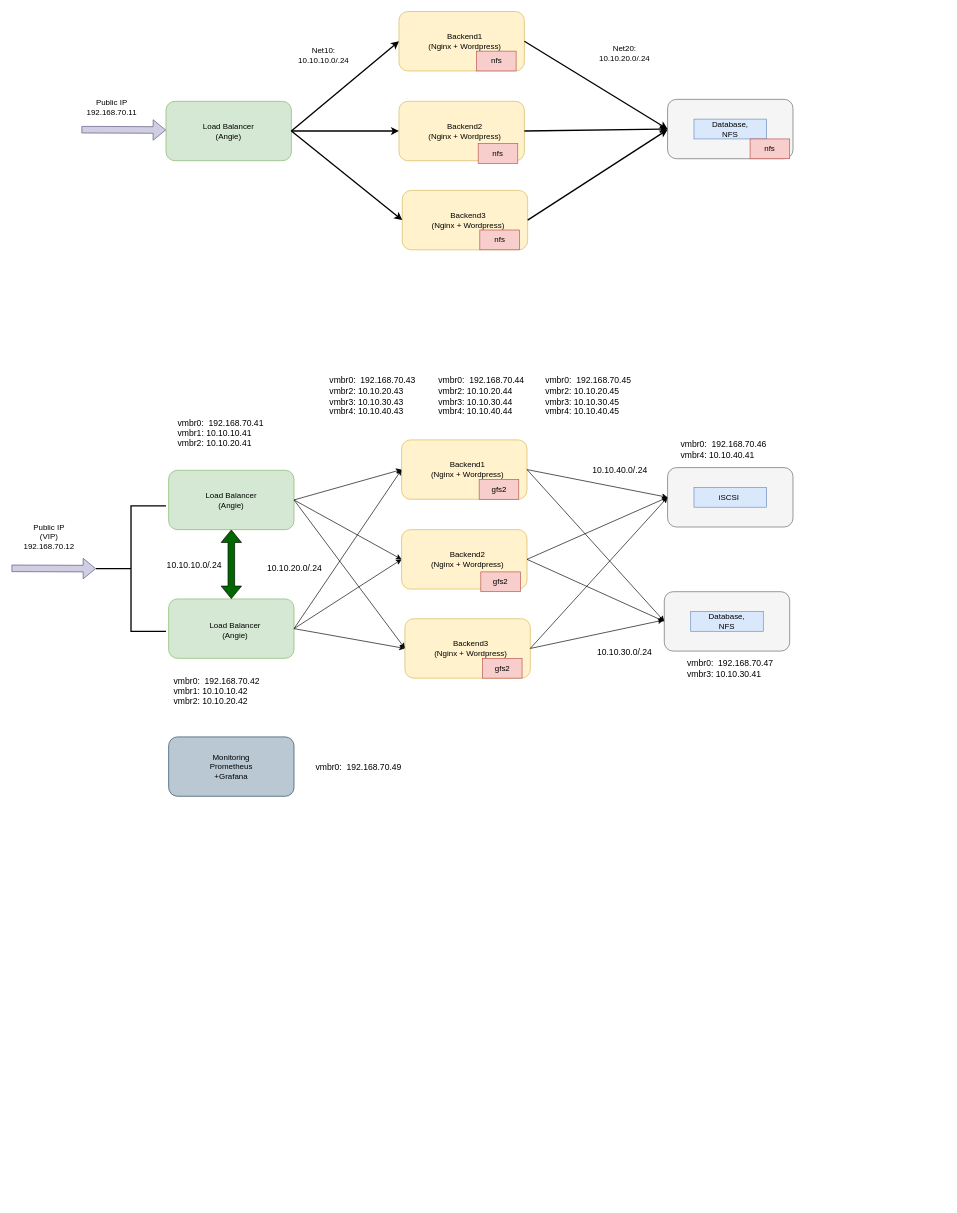
Before: WebProject.drawio in fueller-max/otus_HighLoad, a draw.io diagram. Source tidied: cells renumbered, new cells numbered last; positions are measured from the earlier drawing's top-left corner, leaving out a move shared by most shapes. Both pictures are drawn from the tidied source at 66%, with x=0, y=0 at pixel (11, 11).
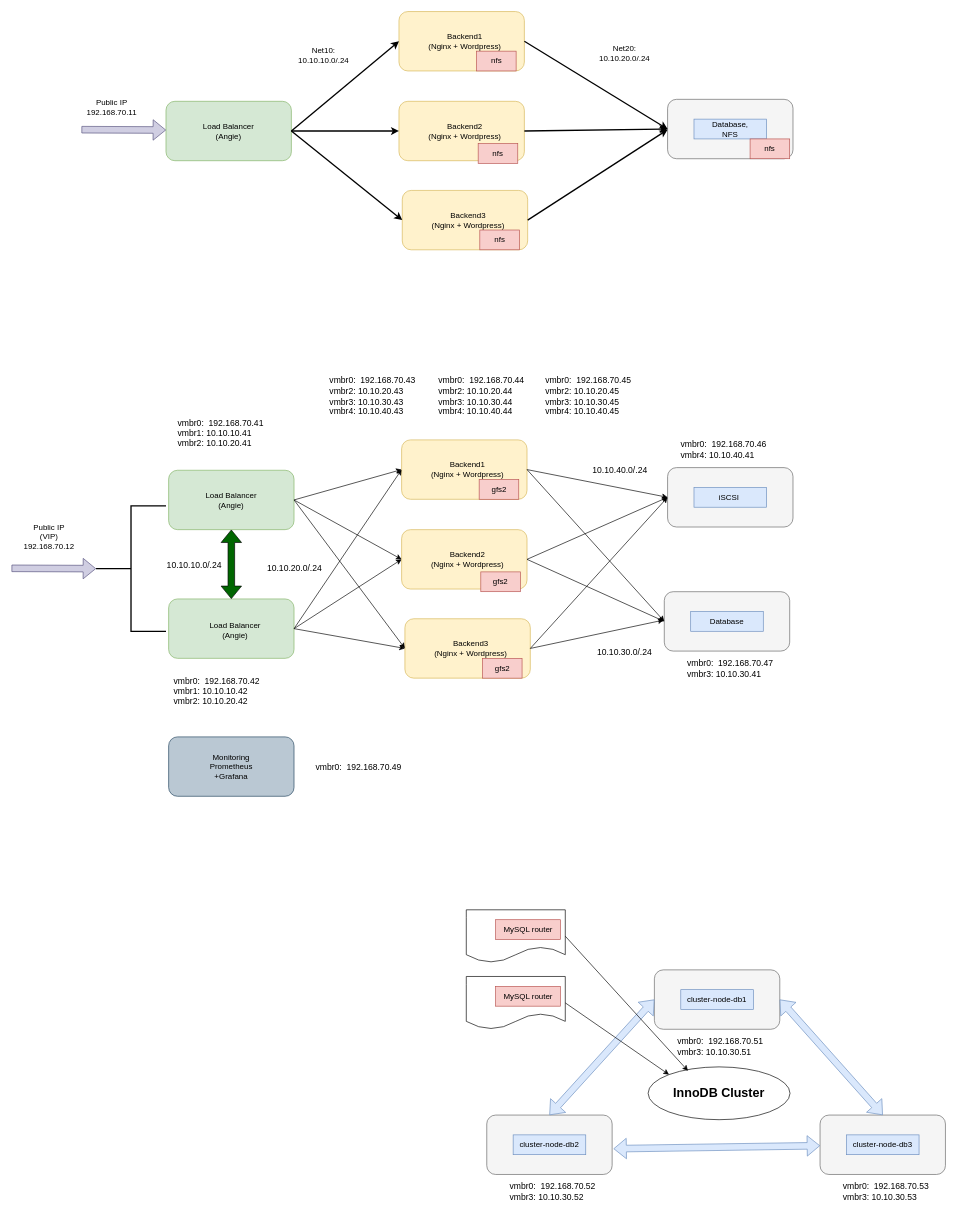
After the change.

What changed in the source:
```diff
@@
+    <mxCell id="80" style="ellipse;whiteSpace=wrap;html=1;" parent="1" vertex="1">
+      <mxGeometry x="964.5" y="1599" width="215" height="80" as="geometry" />
+    </mxCell>
+    <mxCell id="81" style="shape=document;whiteSpace=wrap;html=1;boundedLbl=1;" parent="1" vertex="1">
+      <mxGeometry x="689" y="1361" width="150" height="80" as="geometry" />
+    </mxCell>
@@
-    <mxCell id="39" value="Database,&lt;div&gt;NFS&lt;/div&gt;" style="text;html=1;whiteSpace=wrap;strokeColor=#6c8ebf;fillColor=#dae8fc;align=center;verticalAlign=middle;rounded=0;" parent="1" vertex="1">
+    <mxCell id="39" value="Database" style="text;html=1;whiteSpace=wrap;strokeColor=#6c8ebf;fillColor=#dae8fc;align=center;verticalAlign=middle;rounded=0;" parent="1" vertex="1">
       <mxGeometry x="1029" y="909" width="110" height="30" as="geometry" />
     </mxCell>
@@
+    <mxCell id="82" style="rounded=1;whiteSpace=wrap;html=1;fillColor=#f5f5f5;fontColor=#333333;strokeColor=#666666;" parent="1" vertex="1">
+      <mxGeometry x="974" y="1452" width="190" height="90" as="geometry" />
+    </mxCell>
+    <mxCell id="83" value="cluster-node-db1" style="text;html=1;whiteSpace=wrap;strokeColor=#6c8ebf;fillColor=#dae8fc;align=center;verticalAlign=middle;rounded=0;" parent="1" vertex="1">
+      <mxGeometry x="1014" y="1482" width="110" height="30" as="geometry" />
+    </mxCell>
+    <mxCell id="84" value="&lt;font style=&quot;font-size: 13px;&quot;&gt;vmbr0:&amp;nbsp; 192.168.70.51&lt;/font&gt;&lt;div&gt;&lt;font style=&quot;font-size: 13px;&quot;&gt;vmbr3: 10.10.30.51&lt;/font&gt;&lt;/div&gt;" style="text;html=1;whiteSpace=wrap;strokeColor=none;fillColor=none;align=left;verticalAlign=middle;rounded=0;" parent="1" vertex="1">
+      <mxGeometry x="1007" y="1553" width="144" height="30" as="geometry" />
+    </mxCell>
+    <mxCell id="85" style="rounded=1;whiteSpace=wrap;html=1;fillColor=#f5f5f5;fontColor=#333333;strokeColor=#666666;" parent="1" vertex="1">
+      <mxGeometry x="1225" y="1672" width="190" height="90" as="geometry" />
+    </mxCell>
+    <mxCell id="86" value="cluster-node-db3" style="text;html=1;whiteSpace=wrap;strokeColor=#6c8ebf;fillColor=#dae8fc;align=center;verticalAlign=middle;rounded=0;" parent="1" vertex="1">
+      <mxGeometry x="1265" y="1702" width="110" height="30" as="geometry" />
+    </mxCell>
+    <mxCell id="87" value="&lt;font style=&quot;font-size: 13px;&quot;&gt;vmbr0:&amp;nbsp; 192.168.70.53&lt;/font&gt;&lt;div&gt;&lt;font style=&quot;font-size: 13px;&quot;&gt;vmbr3: 10.10.30.53&lt;/font&gt;&lt;/div&gt;" style="text;html=1;whiteSpace=wrap;strokeColor=none;fillColor=none;align=left;verticalAlign=middle;rounded=0;" parent="1" vertex="1">
+      <mxGeometry x="1258" y="1773" width="144" height="30" as="geometry" />
+    </mxCell>
+    <mxCell id="88" style="rounded=1;whiteSpace=wrap;html=1;fillColor=#f5f5f5;fontColor=#333333;strokeColor=#666666;" parent="1" vertex="1">
+      <mxGeometry x="720" y="1672" width="190" height="90" as="geometry" />
+    </mxCell>
+    <mxCell id="89" value="cluster-node-db2" style="text;html=1;whiteSpace=wrap;strokeColor=#6c8ebf;fillColor=#dae8fc;align=center;verticalAlign=middle;rounded=0;" parent="1" vertex="1">
+      <mxGeometry x="760" y="1702" width="110" height="30" as="geometry" />
+    </mxCell>
+    <mxCell id="90" value="&lt;font style=&quot;font-size: 13px;&quot;&gt;vmbr0:&amp;nbsp; 192.168.70.52&lt;/font&gt;&lt;div&gt;&lt;font style=&quot;font-size: 13px;&quot;&gt;vmbr3: 10.10.30.52&lt;/font&gt;&lt;/div&gt;" style="text;html=1;whiteSpace=wrap;strokeColor=none;fillColor=none;align=left;verticalAlign=middle;rounded=0;" parent="1" vertex="1">
+      <mxGeometry x="753" y="1773" width="144" height="30" as="geometry" />
+    </mxCell>
+    <mxCell id="91" style="shape=flexArrow;endArrow=classic;startArrow=classic;html=1;rounded=0;entryX=0;entryY=0.5;entryDx=0;entryDy=0;exitX=0.5;exitY=0;exitDx=0;exitDy=0;fillColor=#dae8fc;strokeColor=#6c8ebf;" parent="1" edge="1" source="88" target="82">
+      <mxGeometry relative="1" as="geometry" />
+    </mxCell>
+    <mxCell id="92" style="shape=flexArrow;endArrow=classic;startArrow=classic;html=1;rounded=0;entryX=1;entryY=0.5;entryDx=0;entryDy=0;exitX=0.5;exitY=0;exitDx=0;exitDy=0;fillColor=#dae8fc;strokeColor=#6c8ebf;" parent="1" edge="1" source="85" target="82">
+      <mxGeometry relative="1" as="geometry" />
+    </mxCell>
+    <mxCell id="93" style="shape=flexArrow;endArrow=classic;startArrow=classic;html=1;rounded=0;fillColor=#dae8fc;strokeColor=#6c8ebf;" parent="1" edge="1" target="85">
+      <mxGeometry relative="1" as="geometry">
+        <mxPoint x="912" y="1723" as="sourcePoint" />
+      </mxGeometry>
+    </mxCell>
+    <mxCell id="94" value="&lt;font style=&quot;font-size: 19px;&quot;&gt;&lt;b&gt;InnoDB Cluster&lt;/b&gt;&lt;/font&gt;" style="text;html=1;whiteSpace=wrap;strokeColor=none;fillColor=none;align=center;verticalAlign=middle;rounded=0;" parent="1" vertex="1">
+      <mxGeometry x="984" y="1624" width="176" height="30" as="geometry" />
+    </mxCell>
+    <mxCell id="95" value="MySQL router" style="text;html=1;whiteSpace=wrap;strokeColor=#b85450;fillColor=#f8cecc;align=center;verticalAlign=middle;rounded=0;" parent="1" vertex="1">
+      <mxGeometry x="733.5" y="1376" width="98" height="30" as="geometry" />
+    </mxCell>
+    <mxCell id="96" style="shape=document;whiteSpace=wrap;html=1;boundedLbl=1;" parent="1" vertex="1">
+      <mxGeometry x="689" y="1462" width="150" height="80" as="geometry" />
+    </mxCell>
+    <mxCell id="97" value="MySQL router" style="text;html=1;whiteSpace=wrap;strokeColor=#b85450;fillColor=#f8cecc;align=center;verticalAlign=middle;rounded=0;" parent="1" vertex="1">
+      <mxGeometry x="733.5" y="1477" width="98" height="30" as="geometry" />
+    </mxCell>
+    <mxCell id="98" style="endArrow=classic;html=1;rounded=0;exitX=1;exitY=0.5;exitDx=0;exitDy=0;entryX=0.281;entryY=0.075;entryDx=0;entryDy=0;entryPerimeter=0;" parent="1" edge="1" source="81" target="80">
+      <mxGeometry relative="1" as="geometry" />
+    </mxCell>
+    <mxCell id="99" style="endArrow=classic;html=1;rounded=0;exitX=1;exitY=0.5;exitDx=0;exitDy=0;entryX=0;entryY=0;entryDx=0;entryDy=0;" parent="1" edge="1" source="96" target="80">
+      <mxGeometry relative="1" as="geometry" />
+    </mxCell>
```
